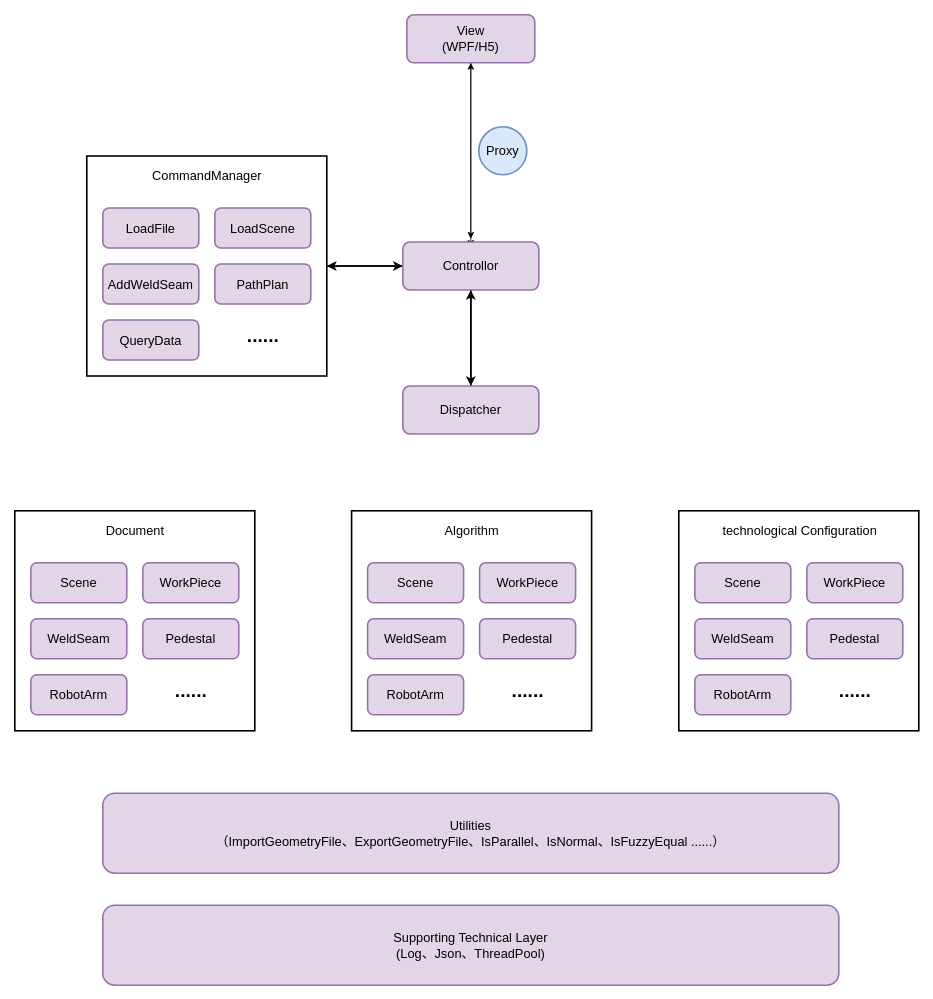
This is 未命名绘图.drawio from TsinHC/ebook, a draw.io file, before an edit. Source tidied: cells renumbered, new cells numbered last; positions are measured from the earlier drawing's top-left corner, leaving out a move shared by most shapes. Both pictures are drawn from the tidied source at 80%, with x=0, y=0 at pixel (14, 14).
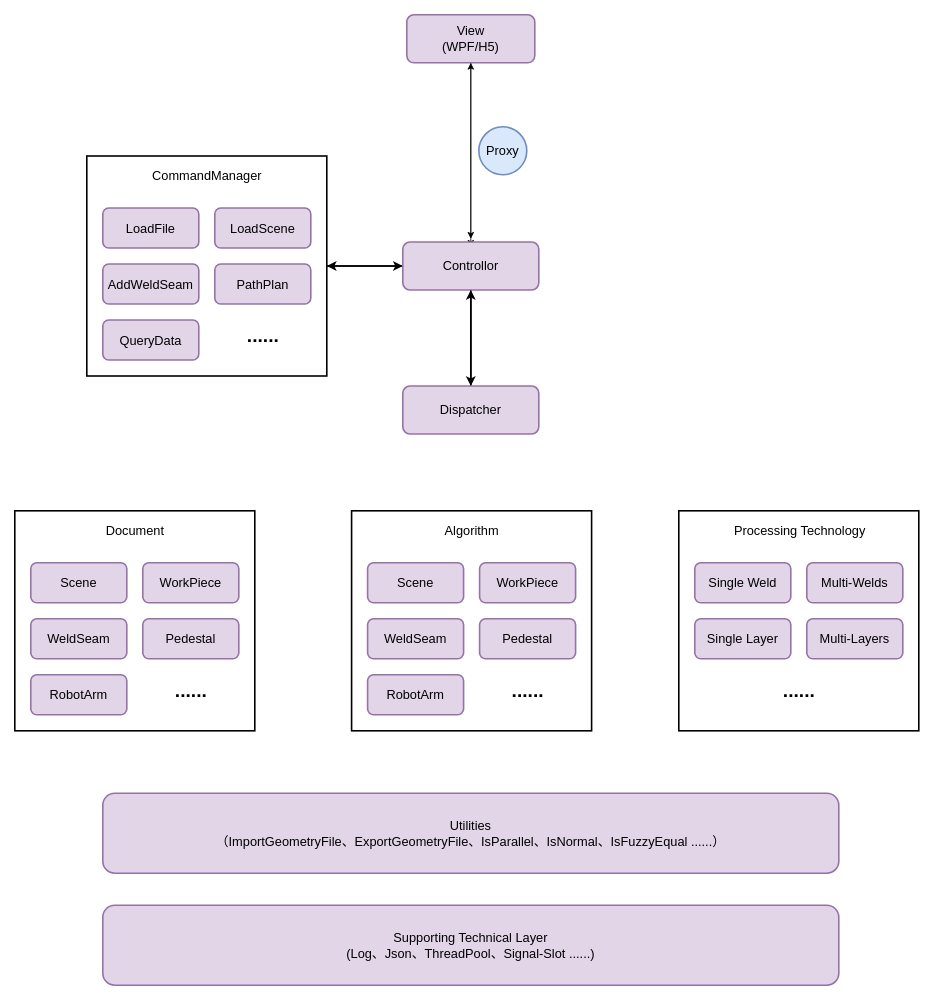
After the change.

Commit message (it also covers changes not shown here):
更新未命名绘图.drawio

What changed in the source:
```diff
@@
-    <mxCell id="38" value="&lt;font style=&quot;font-size: 16px;&quot;&gt;Supporting Technical Layer&lt;br&gt;(Log、Json、ThreadPool)&lt;br&gt;&lt;/font&gt;" style="rounded=1;whiteSpace=wrap;html=1;fillColor=#e1d5e7;strokeColor=#9673a6;strokeWidth=2;" parent="1" vertex="1">
+    <mxCell id="38" value="&lt;font style=&quot;font-size: 16px;&quot;&gt;Supporting Technical Layer&lt;br&gt;(Log、Json、ThreadPool、Signal-Slot ......)&lt;br&gt;&lt;/font&gt;" style="rounded=1;whiteSpace=wrap;html=1;fillColor=#e1d5e7;strokeColor=#9673a6;strokeWidth=2;" parent="1" vertex="1">
       <mxGeometry x="110" y="1113" width="920" height="100" as="geometry" />
     </mxCell>
@@
-    <mxCell id="40" value="&lt;font style=&quot;font-size: 16px;&quot;&gt;Scene&lt;/font&gt;" style="rounded=1;whiteSpace=wrap;html=1;fillColor=#e1d5e7;strokeColor=#9673a6;strokeWidth=2;" parent="1" vertex="1">
+    <mxCell id="40" value="&lt;font style=&quot;font-size: 16px;&quot;&gt;Single Weld&lt;/font&gt;" style="rounded=1;whiteSpace=wrap;html=1;fillColor=#e1d5e7;strokeColor=#9673a6;strokeWidth=2;" parent="1" vertex="1">
       <mxGeometry x="850" y="685" width="120" height="50" as="geometry" />
     </mxCell>
-    <mxCell id="41" value="&lt;font style=&quot;font-size: 16px;&quot;&gt;WorkPiece&lt;/font&gt;" style="rounded=1;whiteSpace=wrap;html=1;fillColor=#e1d5e7;strokeColor=#9673a6;strokeWidth=2;" parent="1" vertex="1">
+    <mxCell id="41" value="&lt;font style=&quot;font-size: 16px;&quot;&gt;Multi-Welds&lt;/font&gt;" style="rounded=1;whiteSpace=wrap;html=1;fillColor=#e1d5e7;strokeColor=#9673a6;strokeWidth=2;" parent="1" vertex="1">
       <mxGeometry x="990" y="685" width="120" height="50" as="geometry" />
     </mxCell>
-    <mxCell id="42" value="&lt;font style=&quot;font-size: 16px;&quot;&gt;WeldSeam&lt;/font&gt;" style="rounded=1;whiteSpace=wrap;html=1;fillColor=#e1d5e7;strokeColor=#9673a6;strokeWidth=2;" parent="1" vertex="1">
+    <mxCell id="42" value="&lt;font style=&quot;font-size: 16px;&quot;&gt;Single Layer&lt;/font&gt;" style="rounded=1;whiteSpace=wrap;html=1;fillColor=#e1d5e7;strokeColor=#9673a6;strokeWidth=2;" parent="1" vertex="1">
       <mxGeometry x="850" y="755" width="120" height="50" as="geometry" />
     </mxCell>
-    <mxCell id="43" value="&lt;font style=&quot;font-size: 16px;&quot;&gt;Pedestal&lt;/font&gt;" style="rounded=1;whiteSpace=wrap;html=1;fillColor=#e1d5e7;strokeColor=#9673a6;strokeWidth=2;" parent="1" vertex="1">
+    <mxCell id="43" value="&lt;font style=&quot;font-size: 16px;&quot;&gt;Multi-Layers&lt;/font&gt;" style="rounded=1;whiteSpace=wrap;html=1;fillColor=#e1d5e7;strokeColor=#9673a6;strokeWidth=2;" parent="1" vertex="1">
       <mxGeometry x="990" y="755" width="120" height="50" as="geometry" />
     </mxCell>
-    <mxCell id="44" value="&lt;font style=&quot;font-size: 16px;&quot;&gt;RobotArm&lt;/font&gt;" style="rounded=1;whiteSpace=wrap;html=1;fillColor=#e1d5e7;strokeColor=#9673a6;strokeWidth=2;" parent="1" vertex="1">
-      <mxGeometry x="850" y="825" width="120" height="50" as="geometry" />
-    </mxCell>
     <mxCell id="45" value="......" style="text;strokeColor=none;fillColor=none;html=1;fontSize=24;fontStyle=1;verticalAlign=middle;align=center;strokeWidth=2;" parent="1" vertex="1">
-      <mxGeometry x="1000" y="825" width="100" height="40" as="geometry" />
+      <mxGeometry x="830" y="825" width="300" height="40" as="geometry" />
     </mxCell>
-    <mxCell id="46" value="&lt;a style=&quot;margin: 0px 0px 0px 2px; padding: 0px; cursor: pointer; outline: none; font-family: Gilroy; font-size: 16px; text-align: left; background-color: rgb(255, 255, 255); font-weight: normal;&quot; class=&quot;point&quot; data-v-d80c723c=&quot;&quot; data-v-61ce6cc7=&quot;&quot;&gt;technological Configuration&lt;/a&gt;" style="text;strokeColor=none;fillColor=none;html=1;fontSize=24;fontStyle=1;verticalAlign=middle;align=center;strokeWidth=2;" parent="1" vertex="1">
+    <mxCell id="46" value="&lt;a style=&quot;margin: 0px 0px 0px 2px; padding: 0px; cursor: pointer; outline: none; font-family: Gilroy; font-size: 16px; text-align: left; background-color: rgb(255, 255, 255); font-weight: normal;&quot; class=&quot;point&quot; data-v-d80c723c=&quot;&quot; data-v-61ce6cc7=&quot;&quot;&gt;Processing Technology&lt;/a&gt;" style="text;strokeColor=none;fillColor=none;html=1;fontSize=24;fontStyle=1;verticalAlign=middle;align=center;strokeWidth=2;" parent="1" vertex="1">
       <mxGeometry x="830" y="620" width="300" height="45" as="geometry" />
     </mxCell>
```
